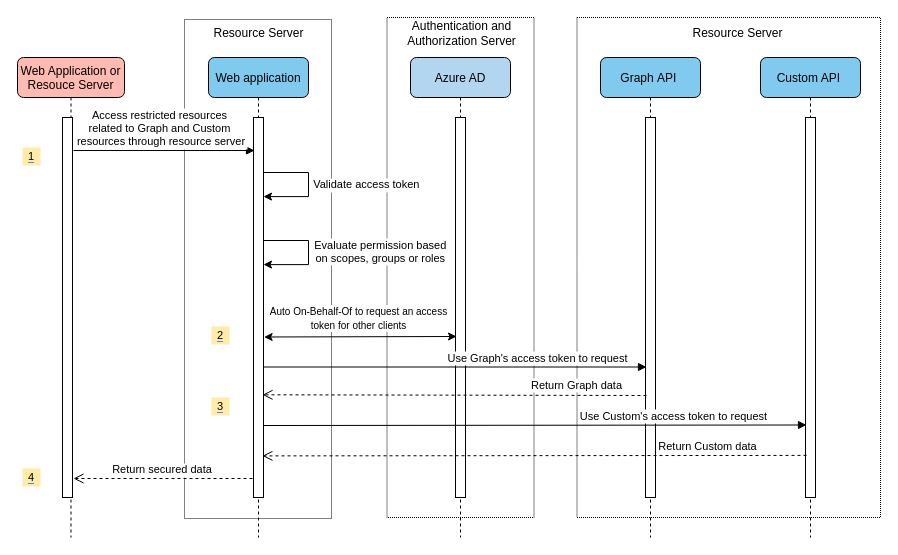
Before: sdk/spring/azure-spring-boot-starter-active-directory/resource/source-file/add-based-resource-server-access-other-resources.drawio in Azure/azure-sdk-for-java, a draw.io diagram. Source tidied: cells renumbered, new cells numbered last; positions are measured from the earlier drawing's top-left corner, leaving out a move shared by most shapes. Both pictures are drawn from the tidied source at 100%, with x=0, y=0 at pixel (17, 17).
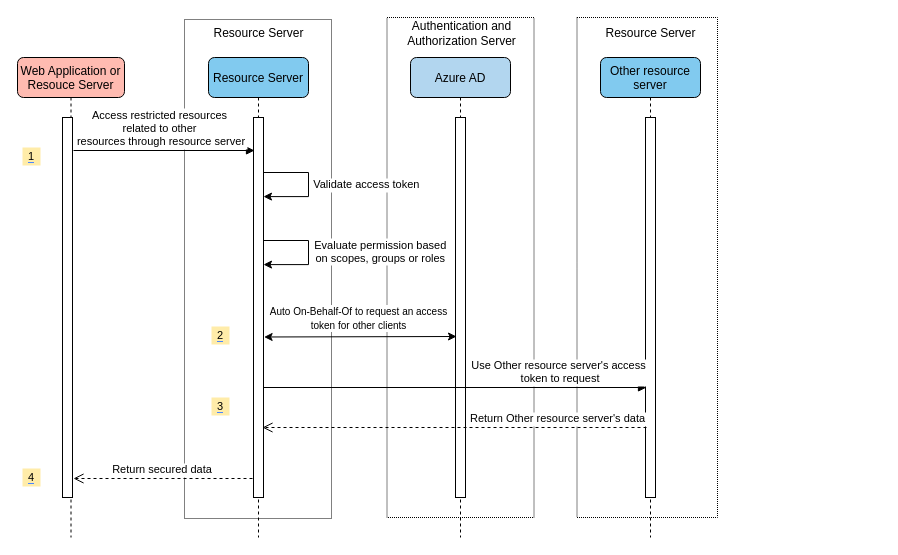
After the change.

Change to the diagram source:
```diff
@@
     <mxCell id="2" style="rounded=0;whiteSpace=wrap;html=1;dashed=1;dashPattern=1 1;" parent="1" vertex="1">
-      <mxGeometry x="559.5" width="303.5" height="500" as="geometry" />
+      <mxGeometry x="559.5" width="140.5" height="500" as="geometry" />
     </mxCell>
@@
-    <mxCell id="7" value="Web application" style="shape=umlLifeline;perimeter=lifelinePerimeter;rounded=1;shadow=0;strokeWidth=1;fillColor=#81CAEF;" parent="1" vertex="1">
+    <mxCell id="7" value="Resource Server" style="shape=umlLifeline;perimeter=lifelinePerimeter;rounded=1;shadow=0;strokeWidth=1;fillColor=#81CAEF;" parent="1" vertex="1">
       <mxGeometry x="191" y="40" width="100" height="480" as="geometry" />
     </mxCell>
@@
-    <mxCell id="12" value="Access restricted resources &#10;related to Graph and Custom &#10;resources through resource server" style="verticalAlign=bottom;endArrow=block;shadow=0;strokeWidth=1;fontSize=11;spacingRight=6;" parent="1" edge="1">
+    <mxCell id="12" value="Access restricted resources &#10;related to other &#10;resources through resource server" style="verticalAlign=bottom;endArrow=block;shadow=0;strokeWidth=1;fontSize=11;spacingRight=6;" parent="1" edge="1">
       <mxGeometry relative="1" as="geometry">
         <mxPoint x="56" y="133" as="sourcePoint" />
         <mxPoint x="237" y="133" as="targetPoint" />
       </mxGeometry>
     </mxCell>
@@
-    <mxCell id="15" value="Graph API " style="shape=umlLifeline;perimeter=lifelinePerimeter;rounded=1;shadow=0;strokeWidth=1;fillColor=#81CAEF;" parent="1" vertex="1">
+    <mxCell id="15" value="Other resource&#10;server" style="shape=umlLifeline;perimeter=lifelinePerimeter;rounded=1;shadow=0;strokeWidth=1;fillColor=#81CAEF;" parent="1" vertex="1">
       <mxGeometry x="583" y="40" width="100" height="480" as="geometry" />
     </mxCell>
@@
-    <mxCell id="18" value="Use Graph's access token to request" style="verticalAlign=bottom;endArrow=block;shadow=0;strokeWidth=1;entryX=0.005;entryY=0.784;entryDx=0;entryDy=0;entryPerimeter=0;fontSize=11;spacingLeft=19;spacingBottom=0;spacingRight=18;" parent="1" edge="1">
-      <mxGeometry x="0.43" relative="1" as="geometry">
-        <mxPoint x="246" y="349.5" as="sourcePoint" />
-        <mxPoint x="629" y="349.5" as="targetPoint" />
+    <mxCell id="18" value="Use Other resource server's access&#10; token to request" style="verticalAlign=bottom;endArrow=block;shadow=0;strokeWidth=1;entryX=0.005;entryY=0.784;entryDx=0;entryDy=0;entryPerimeter=0;fontSize=11;spacingLeft=19;spacingBottom=0;spacingRight=18;" parent="1" edge="1">
+      <mxGeometry x="0.54" relative="1" as="geometry">
+        <mxPoint x="246" y="370" as="sourcePoint" />
+        <mxPoint x="629" y="370" as="targetPoint" />
       </mxGeometry>
     </mxCell>
-    <mxCell id="19" value="Return Graph data" style="verticalAlign=bottom;endArrow=open;dashed=1;endSize=8;shadow=0;strokeWidth=1;entryX=0.9;entryY=0.703;entryDx=0;entryDy=0;entryPerimeter=0;exitX=-0.007;exitY=0.617;exitDx=0;exitDy=0;exitPerimeter=0;spacingRight=1;spacingLeft=0;fontSize=11;" parent="1" edge="1">
-      <mxGeometry x="-0.64" y="-1" relative="1" as="geometry">
-        <mxPoint x="629" y="378" as="sourcePoint" />
-        <mxPoint x="245" y="377.3" as="targetPoint" />
+    <mxCell id="19" value="Return Other resource server's data" style="verticalAlign=bottom;endArrow=open;dashed=1;endSize=8;shadow=0;strokeWidth=1;entryX=0.9;entryY=0.703;entryDx=0;entryDy=0;entryPerimeter=0;spacingRight=1;spacingLeft=0;fontSize=11;" parent="1" edge="1">
+      <mxGeometry x="-0.54" relative="1" as="geometry">
+        <mxPoint x="629" y="410" as="sourcePoint" />
+        <mxPoint x="245" y="410" as="targetPoint" />
       </mxGeometry>
     </mxCell>
@@
-    <mxCell id="25" value="Custom API " style="shape=umlLifeline;perimeter=lifelinePerimeter;rounded=1;shadow=0;strokeWidth=1;fillColor=#81CAEF;" parent="1" vertex="1">
-      <mxGeometry x="743" y="40" width="100" height="480" as="geometry" />
-    </mxCell>
-    <mxCell id="26" style="perimeter=orthogonalPerimeter;rounded=0;shadow=0;strokeWidth=1;" parent="25" vertex="1">
-      <mxGeometry x="45" y="60" width="10" height="380" as="geometry" />
-    </mxCell>
     <mxCell id="27" value="Resource Server" style="text;html=1;strokeColor=none;fillColor=none;align=center;verticalAlign=middle;whiteSpace=wrap;rounded=0;dashed=1;dashPattern=1 1;" parent="1" vertex="1">
-      <mxGeometry x="641" y="6" width="159" height="20" as="geometry" />
+      <mxGeometry x="553.5" y="6" width="159" height="20" as="geometry" />
     </mxCell>
-    <mxCell id="28" value="Use Custom's access token to request" style="verticalAlign=bottom;endArrow=block;shadow=0;strokeWidth=1;entryX=0.005;entryY=0.784;entryDx=0;entryDy=0;entryPerimeter=0;fontSize=11;spacingLeft=19;spacingBottom=0;spacingRight=18;" parent="1" edge="1">
-      <mxGeometry x="0.51" relative="1" as="geometry">
-        <mxPoint x="246" y="408" as="sourcePoint" />
-        <mxPoint x="789" y="407.5" as="targetPoint" />
-      </mxGeometry>
-    </mxCell>
-    <mxCell id="29" value="Return Custom data" style="verticalAlign=bottom;endArrow=open;dashed=1;endSize=8;shadow=0;strokeWidth=1;exitX=0.2;exitY=0.807;exitDx=0;exitDy=0;exitPerimeter=0;spacingRight=1;spacingLeft=0;fontSize=11;entryX=0.986;entryY=0.808;entryDx=0;entryDy=0;entryPerimeter=0;" parent="1" edge="1">
-      <mxGeometry x="-0.64" relative="1" as="geometry">
-        <mxPoint x="789" y="437.9" as="sourcePoint" />
-        <mxPoint x="244.9" y="438.4" as="targetPoint" />
-      </mxGeometry>
-    </mxCell>
```
